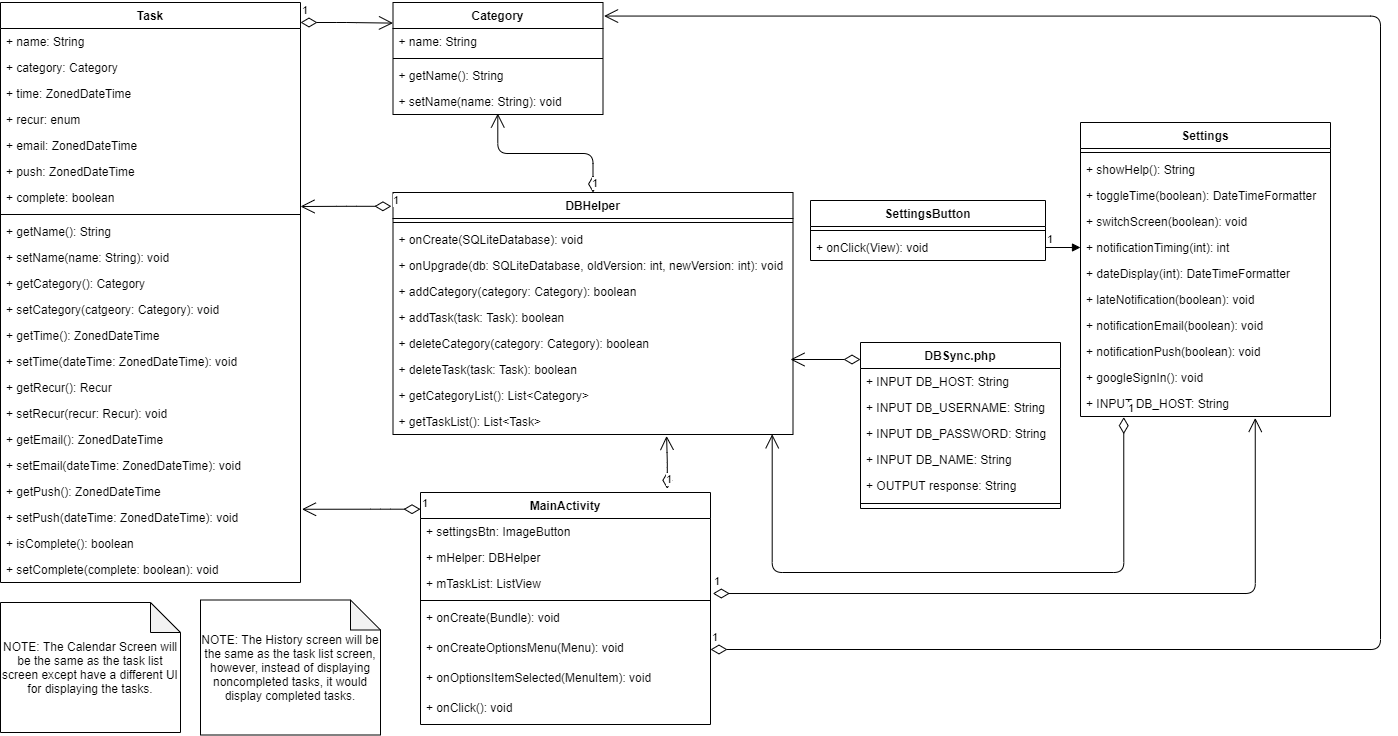
The draw.io diagram documentation/CSCI4805Design (2).png in MatthewSpitzley/SimpleScheduler, before a commit. Source tidied: cells renumbered, new cells last; positions are measured from the earlier drawing's top-left corner, leaving out a move shared by most shapes.
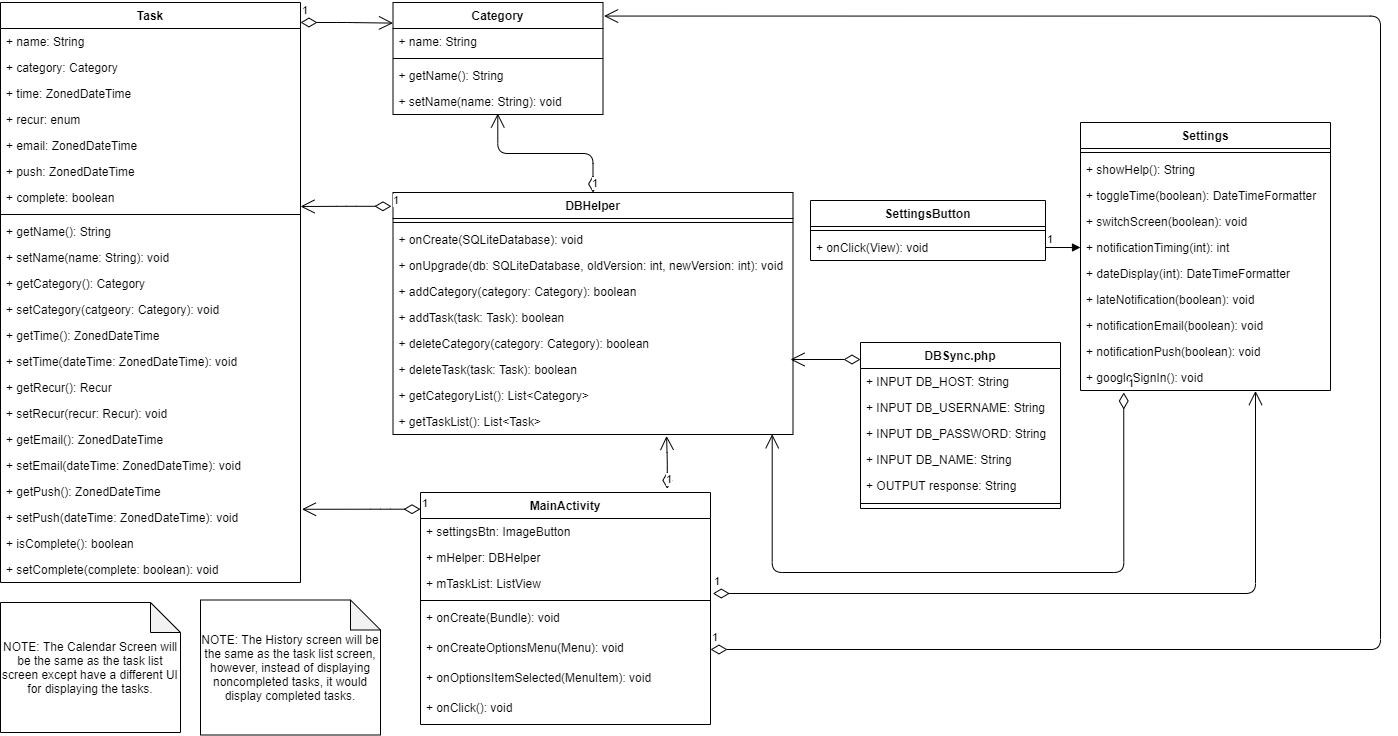
After the change.

What changed in the source:
```diff
@@ -129,7 +129,7 @@
       <mxGeometry y="216" width="400" height="26" as="geometry" />
     </mxCell>
     <mxCell id="44" value="Settings" style="swimlane;fontStyle=1;align=center;verticalAlign=top;horizontal=1;startSize=26;" parent="1" vertex="1">
-      <mxGeometry x="1080" y="120" width="250" height="294" as="geometry" />
+      <mxGeometry x="1080" y="120" width="250" height="268" as="geometry" />
     </mxCell>
     <mxCell id="45" style="line;strokeWidth=1;fillColor=none;align=left;verticalAlign=middle;spacingTop=-1;spacingLeft=3;spacingRight=3;labelPosition=right;" parent="44" vertex="1">
       <mxGeometry y="26" width="250" height="8" as="geometry" />
@@ -161,9 +161,6 @@
     <mxCell id="54" value="+ googleSignIn(): void" style="text;strokeColor=none;fillColor=none;align=left;verticalAlign=top;spacingLeft=4;spacingRight=4;overflow=hidden;points=[[0,0.5],[1,0.5]];portConstraint=eastwest;" parent="44" vertex="1">
       <mxGeometry y="242" width="250" height="26" as="geometry" />
     </mxCell>
-    <mxCell id="55" value="+ INPUT DB_HOST: String" style="text;strokeColor=none;fillColor=none;align=left;verticalAlign=top;spacingLeft=4;spacingRight=4;overflow=hidden;points=[[0,0.5],[1,0.5]];portConstraint=eastwest;" parent="44" vertex="1">
-      <mxGeometry y="268" width="250" height="26" as="geometry" />
-    </mxCell>
     <mxCell id="56" style="endArrow=block;endFill=1;html=1;edgeStyle=orthogonalEdgeStyle;align=left;verticalAlign=top;entryX=0;entryY=0.5;entryDx=0;entryDy=0;exitX=1;exitY=0.5;exitDx=0;exitDy=0;" parent="1" edge="1" source="32" target="49">
       <mxGeometry x="-1" relative="1" as="geometry" />
     </mxCell>
@@ -240,7 +237,7 @@
     <mxCell id="78" style="line;strokeWidth=1;fillColor=none;align=left;verticalAlign=middle;spacingTop=-1;spacingLeft=3;spacingRight=3;labelPosition=right;" parent="72" vertex="1">
       <mxGeometry y="156" width="200" height="10" as="geometry" />
     </mxCell>
-    <mxCell id="79" value="1" style="endArrow=open;html=1;endSize=12;startArrow=diamondThin;startSize=14;startFill=0;edgeStyle=orthogonalEdgeStyle;align=left;verticalAlign=bottom;entryX=0.948;entryY=0.992;entryDx=0;entryDy=0;entryPerimeter=0;exitX=0.173;exitY=1.025;exitDx=0;exitDy=0;exitPerimeter=0;" parent="1" edge="1" source="55" target="43">
+    <mxCell id="79" value="1" style="endArrow=open;html=1;endSize=12;startArrow=diamondThin;startSize=14;startFill=0;edgeStyle=orthogonalEdgeStyle;align=left;verticalAlign=bottom;entryX=0.948;entryY=0.992;entryDx=0;entryDy=0;entryPerimeter=0;exitX=0.173;exitY=1.077;exitDx=0;exitDy=0;exitPerimeter=0;" parent="1" edge="1" source="54" target="43">
       <mxGeometry x="-1" y="3" relative="1" as="geometry">
         <Array as="points">
           <mxPoint x="1123" y="570" />
@@ -248,7 +245,7 @@
         </Array>
       </mxGeometry>
     </mxCell>
-    <mxCell id="80" value="1" style="endArrow=open;html=1;endSize=12;startArrow=diamondThin;startSize=14;startFill=0;edgeStyle=orthogonalEdgeStyle;align=left;verticalAlign=bottom;entryX=0.699;entryY=1.057;entryDx=0;entryDy=0;entryPerimeter=0;exitX=1.008;exitY=0.885;exitDx=0;exitDy=0;exitPerimeter=0;" parent="1" edge="1" source="65" target="55">
+    <mxCell id="80" value="1" style="endArrow=open;html=1;endSize=12;startArrow=diamondThin;startSize=14;startFill=0;edgeStyle=orthogonalEdgeStyle;align=left;verticalAlign=bottom;entryX=0.7;entryY=1.018;entryDx=0;entryDy=0;entryPerimeter=0;exitX=1.008;exitY=0.885;exitDx=0;exitDy=0;exitPerimeter=0;" parent="1" edge="1" source="65" target="54">
       <mxGeometry x="-1" y="3" relative="1" as="geometry">
         <Array as="points">
           <mxPoint x="1255" y="591" />
```
